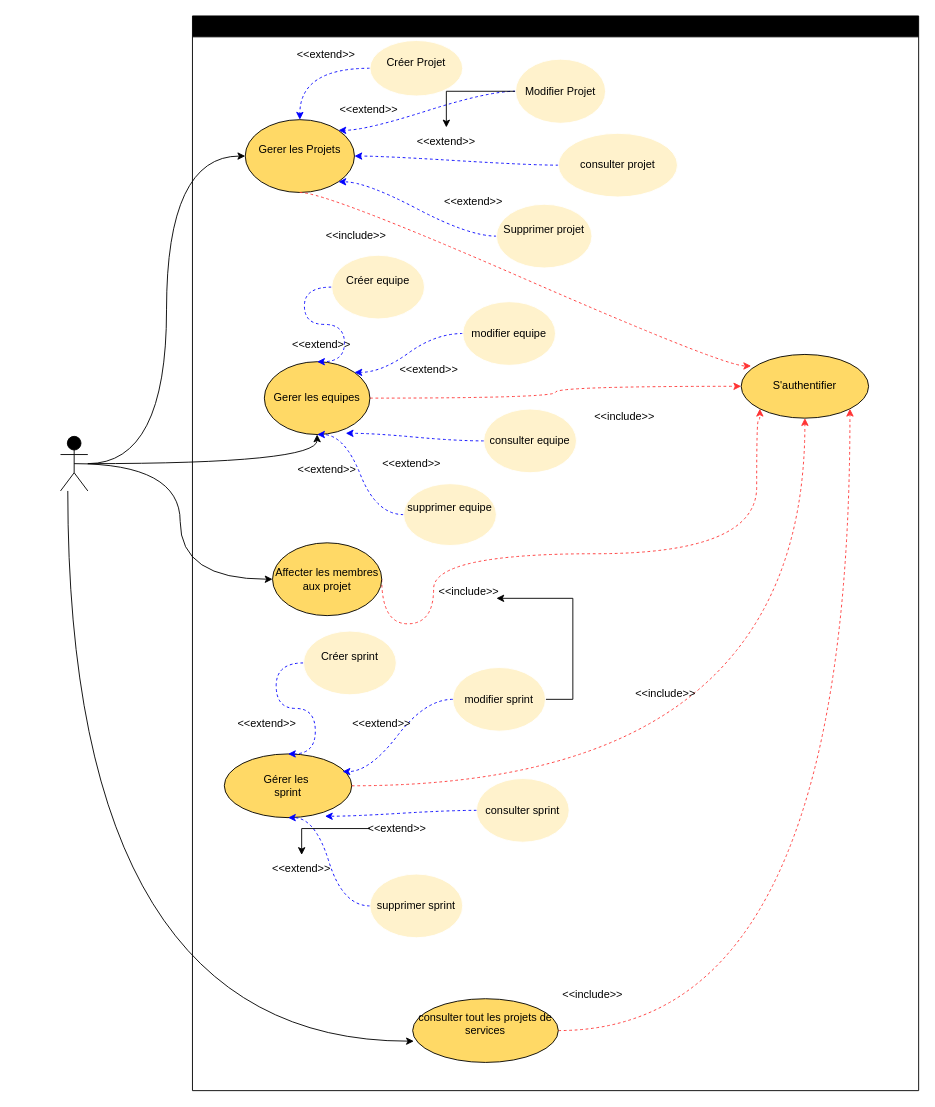
Above: model 2/cas d'utilisation de sprint2 .drawio in omarhabib5/PFEProject (draw.io), before the change. Source tidied: cells renumbered, new cells numbered last; positions are measured from the earlier drawing's top-left corner, leaving out a move shared by most shapes. Both pictures are drawn from the tidied source at 91%, with x=0, y=0 at pixel (60, 15).
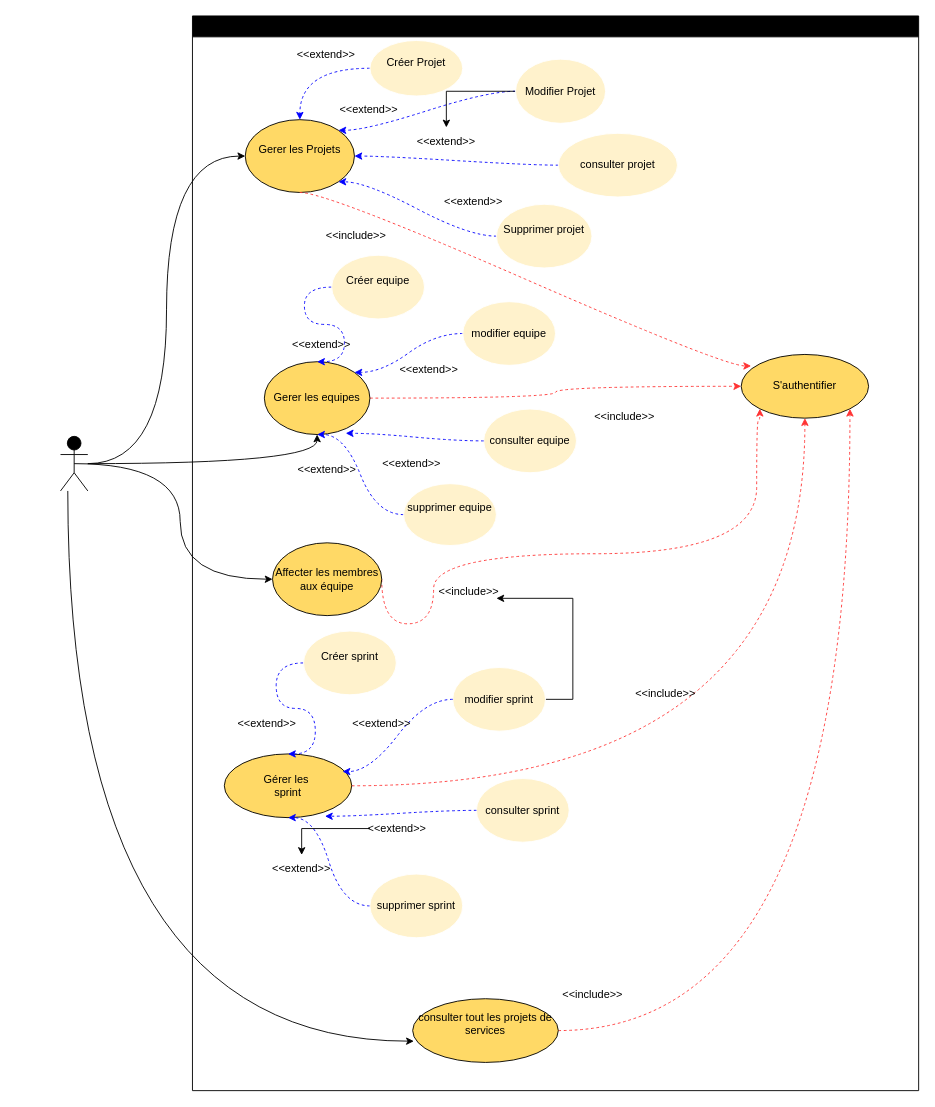
After the change.

Unchanged cells that the change refers to:
```xml
<mxCell id="6" value="&lt;font style=&quot;color: light-dark(rgb(0, 0, 0), rgb(9, 9, 9));&quot;&gt;Sprint 2&lt;/font&gt;" style="swimlane;whiteSpace=wrap;html=1;strokeColor=light-dark(#000000,#090909);fillColor=light-dark(#FFFFFF,#FFFFFF);fontColor=light-dark(#FFFFFF,#FFFFFF);gradientColor=light-dark(#009900,#FFFFFF);" parent="1" vertex="1">
  <mxGeometry x="145" width="798" height="1181" as="geometry" />
</mxCell>
```

What changed in the source:
```diff
@@
-    <mxCell id="9" value="Affecter les membres aux projet" style="ellipse;whiteSpace=wrap;html=1;fillColor=light-dark(#FFD966,#FFFF99);strokeColor=light-dark(#000000,#090909);fontColor=light-dark(#000000,#000000);align=center;verticalAlign=middle;fontFamily=Helvetica;fontSize=12;gradientColor=none;" parent="6" vertex="1">
+    <mxCell id="9" value="Affecter les membres aux équipe" style="ellipse;whiteSpace=wrap;html=1;fillColor=light-dark(#FFD966,#FFFF99);strokeColor=light-dark(#000000,#090909);fontColor=light-dark(#000000,#000000);align=center;verticalAlign=middle;fontFamily=Helvetica;fontSize=12;gradientColor=none;" parent="6" vertex="1">
       <mxGeometry x="88" y="579" width="120" height="80" as="geometry" />
     </mxCell>
```
